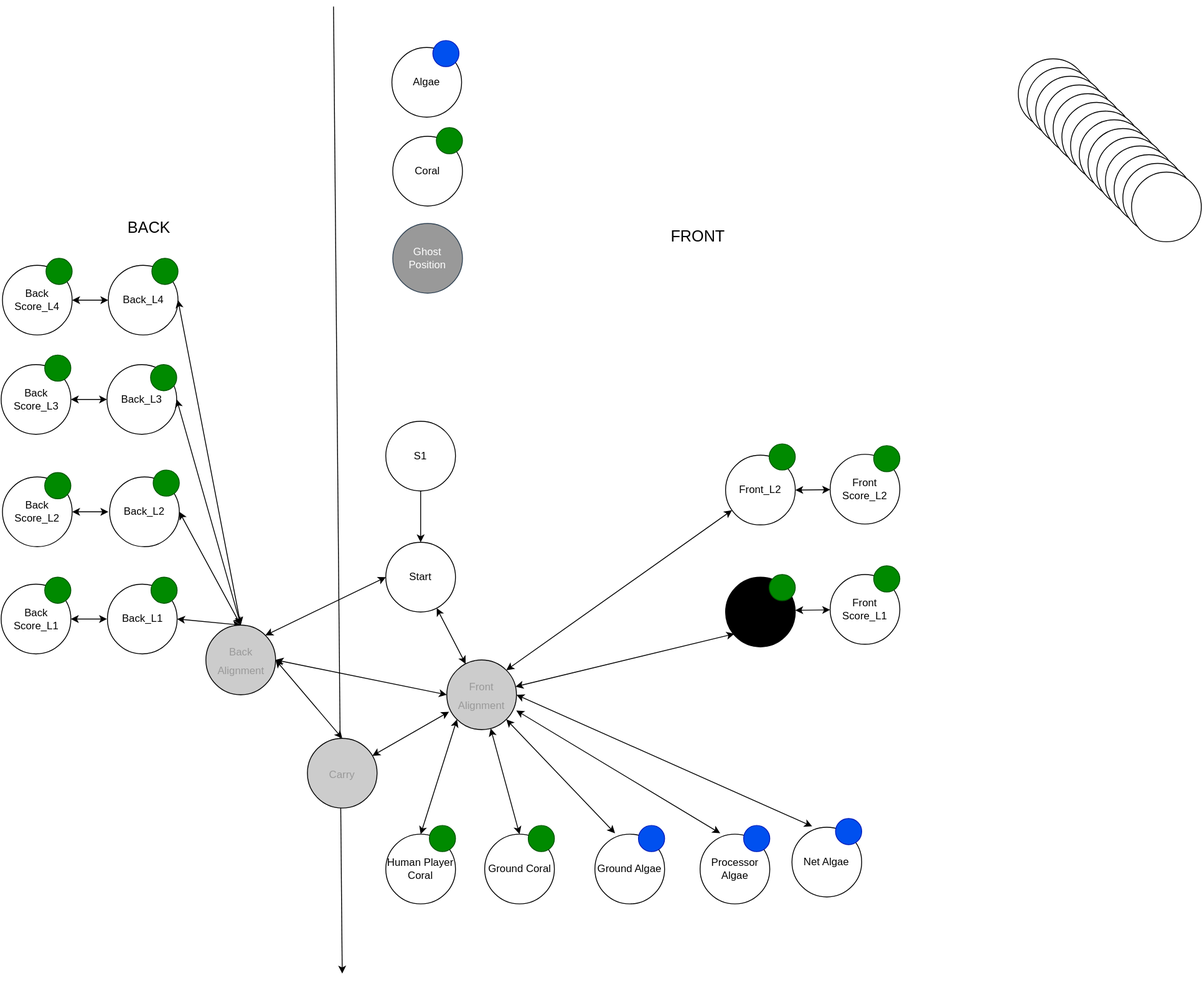
Earlier version of the draw.io export src/main/java/frc/robot/subsystems/ArmControl/ArmGraph.drawio.svg (RossRambotics/2025-ReefScape). Source tidied: cells renumbered, new cells last; positions are measured from the earlier drawing's top-left corner, leaving out a move shared by most shapes.
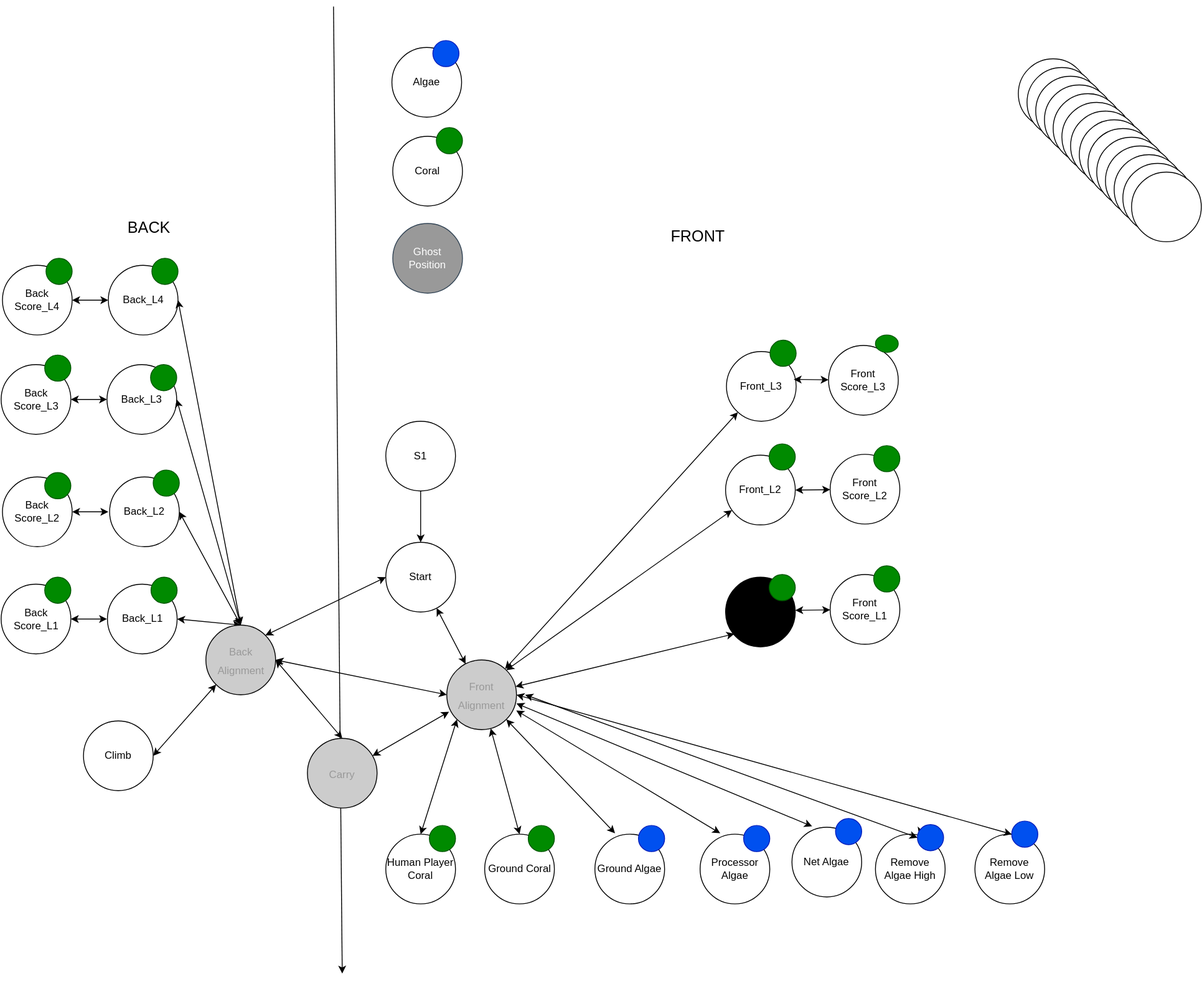
Later version of the same file.

The edit, as a diff of the source:
```diff
@@ -261,11 +261,62 @@
     <mxCell id="83" style="ellipse;whiteSpace=wrap;html=1;fillColor=#0050ef;fontColor=#ffffff;strokeColor=#001DBC;" parent="1" vertex="1">
       <mxGeometry x="958.2" y="932" width="30" height="30" as="geometry" />
     </mxCell>
-    <mxCell id="84" style="edgeStyle=none;html=1;exitX=0.289;exitY=-0.013;exitDx=0;exitDy=0;fontSize=12;startArrow=classic;startFill=1;entryX=1;entryY=0.5;entryDx=0;entryDy=0;exitPerimeter=0;" parent="1" edge="1" source="82" target="54">
-      <mxGeometry relative="1" as="geometry" />
+    <mxCell id="84" style="edgeStyle=none;html=1;exitX=0.289;exitY=-0.013;exitDx=0;exitDy=0;fontSize=12;startArrow=classic;startFill=1;exitPerimeter=0;" parent="1" edge="1" source="82">
+      <mxGeometry relative="1" as="geometry">
+        <mxPoint x="592" y="800" as="targetPoint" />
+      </mxGeometry>
     </mxCell>
     <mxCell id="85" style="edgeStyle=none;html=1;entryX=0.033;entryY=0.743;entryDx=0;entryDy=0;fontSize=12;startArrow=classic;startFill=1;entryPerimeter=0;" parent="1" edge="1" source="55" target="54">
       <mxGeometry relative="1" as="geometry" />
     </mxCell>
+    <mxCell id="86" value="Front_L3" style="ellipse;whiteSpace=wrap;html=1;gradientColor=none;" parent="1" vertex="1">
+      <mxGeometry x="833" y="396" width="80" height="80" as="geometry" />
+    </mxCell>
+    <mxCell id="87" style="ellipse;whiteSpace=wrap;html=1;fillColor=#008a00;fontColor=#ffffff;strokeColor=#005700;" parent="1" vertex="1">
+      <mxGeometry x="883" y="383" width="30" height="30" as="geometry" />
+    </mxCell>
+    <mxCell id="88" style="edgeStyle=none;html=1;fontSize=12;startArrow=classic;startFill=1;" parent="1" edge="1" source="54" target="86">
+      <mxGeometry relative="1" as="geometry" />
+    </mxCell>
+    <mxCell id="89" value="Front Score_L3" style="ellipse;whiteSpace=wrap;html=1;gradientColor=none;" parent="1" vertex="1">
+      <mxGeometry x="950.2" y="389" width="80" height="80" as="geometry" />
+    </mxCell>
+    <mxCell id="90" style="edgeStyle=none;html=1;fontSize=12;exitX=1;exitY=0.5;exitDx=0;exitDy=0;startArrow=classic;startFill=1;" parent="1" edge="1" target="89">
+      <mxGeometry relative="1" as="geometry">
+        <mxPoint x="910.2" y="428" as="sourcePoint" />
+      </mxGeometry>
+    </mxCell>
+    <mxCell id="91" style="ellipse;whiteSpace=wrap;html=1;fillColor=#008a00;fontColor=#ffffff;strokeColor=#005700;" parent="1" vertex="1">
+      <mxGeometry x="1004" y="377" width="26.2" height="20" as="geometry" />
+    </mxCell>
+    <mxCell id="92" value="Remove Algae High" style="ellipse;whiteSpace=wrap;html=1;" parent="1" vertex="1">
+      <mxGeometry x="1004" y="950" width="80" height="80" as="geometry" />
+    </mxCell>
+    <mxCell id="93" style="edgeStyle=none;html=1;exitX=0;exitY=0;exitDx=0;exitDy=0;" parent="1" edge="1" source="94" target="92">
+      <mxGeometry relative="1" as="geometry" />
+    </mxCell>
+    <mxCell id="94" style="ellipse;whiteSpace=wrap;html=1;fillColor=#0050ef;fontColor=#ffffff;strokeColor=#001DBC;" parent="1" vertex="1">
+      <mxGeometry x="1052.2" y="939" width="30" height="30" as="geometry" />
+    </mxCell>
+    <mxCell id="95" style="edgeStyle=none;html=1;fontSize=12;startArrow=classic;startFill=1;exitX=0;exitY=0.5;exitDx=0;exitDy=0;" parent="1" edge="1" source="94">
+      <mxGeometry relative="1" as="geometry">
+        <mxPoint x="602" y="790" as="targetPoint" />
+      </mxGeometry>
+    </mxCell>
+    <mxCell id="96" value="Remove Algae Low" style="ellipse;whiteSpace=wrap;html=1;" parent="1" vertex="1">
+      <mxGeometry x="1118.2" y="950" width="80" height="80" as="geometry" />
+    </mxCell>
+    <mxCell id="97" style="ellipse;whiteSpace=wrap;html=1;fillColor=#0050ef;fontColor=#ffffff;strokeColor=#001DBC;" parent="1" vertex="1">
+      <mxGeometry x="1160.4" y="935" width="30" height="30" as="geometry" />
+    </mxCell>
+    <mxCell id="98" style="edgeStyle=none;html=1;fontSize=12;startArrow=classic;startFill=1;exitX=0;exitY=0.5;exitDx=0;exitDy=0;entryX=1;entryY=0.5;entryDx=0;entryDy=0;" parent="1" edge="1" source="97" target="54">
+      <mxGeometry relative="1" as="geometry" />
+    </mxCell>
+    <mxCell id="99" value="Climb" style="ellipse;whiteSpace=wrap;html=1;gradientColor=none;" parent="1" vertex="1">
+      <mxGeometry x="95" y="820" width="80" height="80" as="geometry" />
+    </mxCell>
+    <mxCell id="100" style="edgeStyle=none;html=1;entryX=1;entryY=0.5;entryDx=0;entryDy=0;fontSize=12;startArrow=classic;startFill=1;exitX=0;exitY=1;exitDx=0;exitDy=0;" parent="1" edge="1" source="49" target="99">
+      <mxGeometry relative="1" as="geometry" />
+    </mxCell>
   </root>
 </mxGraphModel>
```
